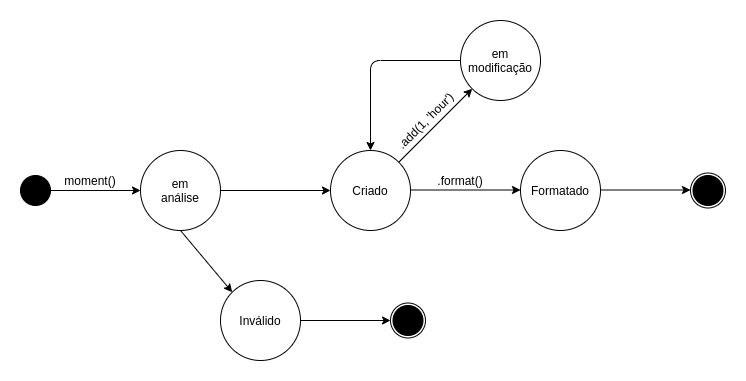
Earlier version of the draw.io export content/posts/momentjs/momentjs-visao-informacao.png (joaoarthurbm/arqsoft-blog). Source tidied: cells renumbered, new cells last; positions are measured from the earlier drawing's top-left corner, leaving out a move shared by most shapes.
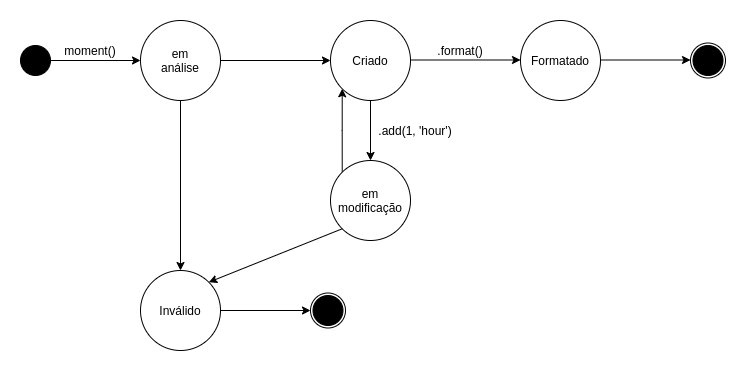
Later version of the same file.

Commit message:
Update information view diagram

The edit, as a diff of the source:
```diff
@@ -11,28 +11,29 @@
     <mxCell id="4" style="endArrow=classic;html=1;exitX=1;exitY=0.5;exitDx=0;exitDy=0;entryX=0;entryY=0.5;entryDx=0;entryDy=0;" parent="1" edge="1" source="2" target="5">
       <mxGeometry relative="1" as="geometry" />
     </mxCell>
+    <mxCell id="7" style="edgeStyle=orthogonalEdgeStyle;rounded=0;jettySize=auto;html=1;" parent="1" edge="1" source="5" target="8">
+      <mxGeometry relative="1" as="geometry" />
+    </mxCell>
     <mxCell id="5" style="ellipse;whiteSpace=wrap;html=1;" parent="1" vertex="1">
       <mxGeometry x="310" y="130" width="80" height="80" as="geometry" />
     </mxCell>
     <mxCell id="6" value="Criado" style="text;html=1;strokeColor=none;fillColor=none;align=center;verticalAlign=middle;whiteSpace=wrap;rounded=0;" parent="1" vertex="1">
       <mxGeometry x="330" y="160" width="40" height="20" as="geometry" />
     </mxCell>
-    <mxCell id="7" style="endArrow=classic;html=1;exitX=1;exitY=0;exitDx=0;exitDy=0;entryX=0;entryY=1;entryDx=0;entryDy=0;" parent="1" edge="1" source="5" target="8">
-      <mxGeometry relative="1" as="geometry" />
-    </mxCell>
+    <mxCell id="10" style="edgeStyle=orthogonalEdgeStyle;rounded=0;jettySize=auto;html=1;exitX=0;exitY=0;exitDx=0;exitDy=0;entryX=0;entryY=1;entryDx=0;entryDy=0;" parent="1" edge="1" source="8" target="5">
+      <mxGeometry relative="1" as="geometry">
+        <Array as="points">
+          <mxPoint x="322" y="240" />
+          <mxPoint x="322" y="240" />
+        </Array>
+      </mxGeometry>
+    </mxCell>
     <mxCell id="8" style="ellipse;whiteSpace=wrap;html=1;" parent="1" vertex="1">
-      <mxGeometry x="440" width="80" height="80" as="geometry" />
+      <mxGeometry x="310" y="270" width="80" height="80" as="geometry" />
     </mxCell>
     <mxCell id="9" value="em modificação" style="text;html=1;strokeColor=none;fillColor=none;align=center;verticalAlign=middle;whiteSpace=wrap;rounded=0;" parent="1" vertex="1">
-      <mxGeometry x="460" y="30" width="40" height="20" as="geometry" />
+      <mxGeometry x="330" y="300" width="40" height="20" as="geometry" />
     </mxCell>
-    <mxCell id="10" style="html=1;labelBackgroundColor=#ffffff;endArrow=classic;endFill=1;endSize=6;jettySize=auto;strokeWidth=1;fontSize=14;entryX=0.5;entryY=0;entryDx=0;entryDy=0;exitX=0;exitY=0.5;exitDx=0;exitDy=0;" parent="1" edge="1" source="8" target="5">
-      <mxGeometry relative="1" as="geometry">
-        <Array as="points">
-          <mxPoint x="350" y="40" />
-        </Array>
-      </mxGeometry>
-    </mxCell>
     <mxCell id="11" style="endArrow=classic;html=1;exitX=1;exitY=0.5;exitDx=0;exitDy=0;entryX=0;entryY=0.5;entryDx=0;entryDy=0;" parent="1" edge="1">
       <mxGeometry relative="1" as="geometry">
         <mxPoint x="390" y="169.5" as="sourcePoint" />
@@ -69,26 +70,26 @@
     <mxCell id="20" value="moment()" style="text;html=1;strokeColor=none;fillColor=none;align=center;verticalAlign=middle;whiteSpace=wrap;rounded=0;" parent="1" vertex="1">
       <mxGeometry x="40" y="150" width="60" height="20" as="geometry" />
     </mxCell>
-    <mxCell id="21" value=".add(1, 'hour')" style="text;html=1;strokeColor=none;fillColor=none;align=center;verticalAlign=middle;whiteSpace=wrap;rounded=0;rotation=-45;" parent="1" vertex="1">
-      <mxGeometry x="360" y="90" width="90" height="20" as="geometry" />
+    <mxCell id="21" value=".add(1, 'hour')" style="text;html=1;strokeColor=none;fillColor=none;align=center;verticalAlign=middle;whiteSpace=wrap;rounded=0;rotation=0;" parent="1" vertex="1">
+      <mxGeometry x="350" y="230" width="90" height="20" as="geometry" />
     </mxCell>
     <mxCell id="22" value=".format()" style="text;html=1;strokeColor=none;fillColor=none;align=center;verticalAlign=middle;whiteSpace=wrap;rounded=0;" parent="1" vertex="1">
       <mxGeometry x="420" y="150" width="40" height="20" as="geometry" />
     </mxCell>
     <mxCell id="23" style="ellipse;whiteSpace=wrap;html=1;" parent="1" vertex="1">
-      <mxGeometry x="200" y="260" width="80" height="80" as="geometry" />
+      <mxGeometry x="120" y="380" width="80" height="80" as="geometry" />
     </mxCell>
     <mxCell id="24" value="Inválido" style="text;html=1;strokeColor=none;fillColor=none;align=center;verticalAlign=middle;whiteSpace=wrap;rounded=0;" parent="1" vertex="1">
-      <mxGeometry x="220" y="290" width="40" height="20" as="geometry" />
+      <mxGeometry x="140" y="410" width="40" height="20" as="geometry" />
     </mxCell>
-    <mxCell id="25" style="endArrow=classic;html=1;exitX=0.5;exitY=1;exitDx=0;exitDy=0;entryX=0;entryY=0;entryDx=0;entryDy=0;" parent="1" edge="1" source="2" target="23">
+    <mxCell id="25" style="endArrow=classic;html=1;exitX=0.5;exitY=1;exitDx=0;exitDy=0;entryX=0.5;entryY=0;entryDx=0;entryDy=0;" parent="1" edge="1" source="2" target="23">
       <mxGeometry relative="1" as="geometry" />
     </mxCell>
     <mxCell id="26" style="edgeStyle=orthogonalEdgeStyle;rounded=0;jettySize=auto;html=1;entryX=0;entryY=0.5;entryDx=0;entryDy=0;exitX=1;exitY=0.5;exitDx=0;exitDy=0;" parent="1" edge="1" source="23" target="28">
       <mxGeometry relative="1" as="geometry" />
     </mxCell>
     <mxCell id="27" style="group;" parent="1" vertex="1">
-      <mxGeometry x="370" y="282.5" width="35" height="35" as="geometry" />
+      <mxGeometry x="290" y="402.5" width="35" height="35" as="geometry" />
     </mxCell>
     <mxCell id="28" style="ellipse;whiteSpace=wrap;html=1;fillColor=#FFFDFC;" parent="27" vertex="1">
       <mxGeometry width="35" height="35" as="geometry" />
@@ -96,5 +97,8 @@
     <mxCell id="29" style="ellipse;whiteSpace=wrap;html=1;fillColor=#000000;" parent="27" vertex="1">
       <mxGeometry x="2.5" y="2.5" width="30" height="30" as="geometry" />
     </mxCell>
+    <mxCell id="30" style="endArrow=classic;html=1;exitX=0;exitY=1;exitDx=0;exitDy=0;entryX=1;entryY=0;entryDx=0;entryDy=0;" parent="1" edge="1" source="8" target="23">
+      <mxGeometry relative="1" as="geometry" />
+    </mxCell>
   </root>
 </mxGraphModel>
```
